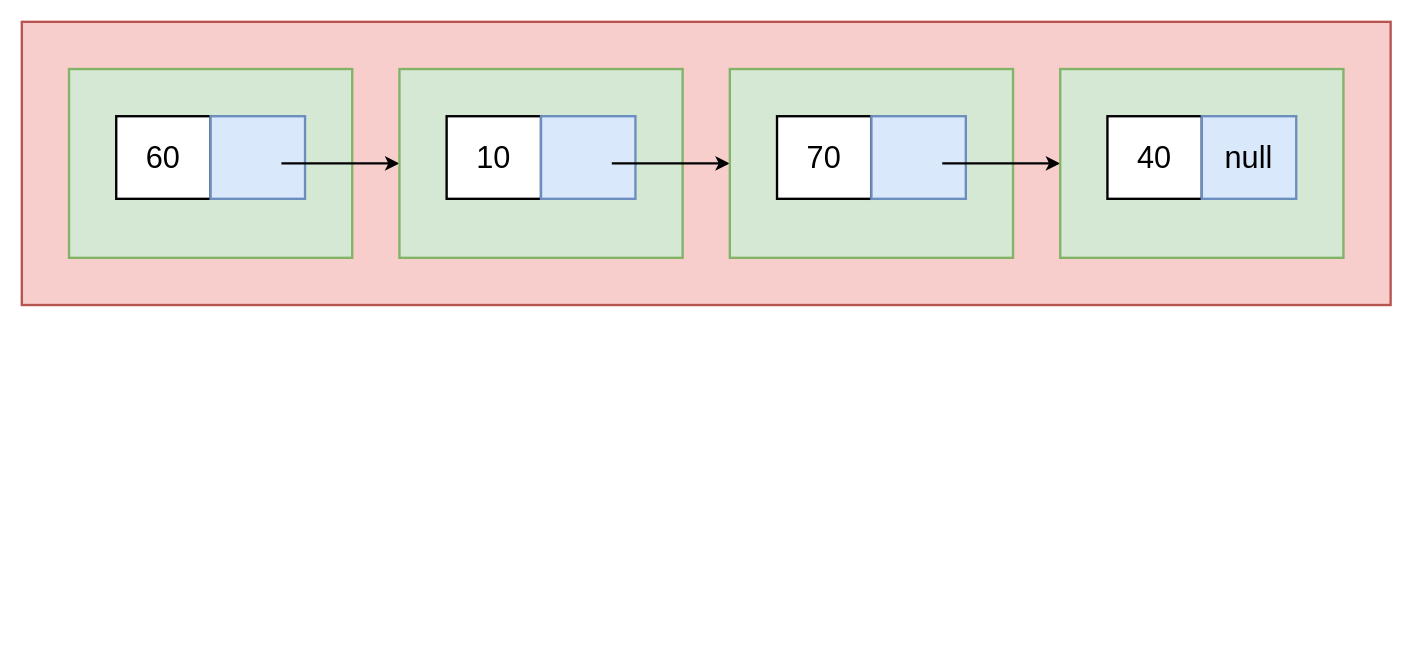
gaurav1780/drawdotio keeps this draw.io diagram as week9listDiagram.drawio. Above is the earlier version. Source tidied: cells renumbered, new cells numbered last; positions are measured from the earlier drawing's top-left corner, leaving out a move shared by most shapes. Both pictures are drawn from the tidied source at 118%, with x=0, y=0 at pixel (21, 21).
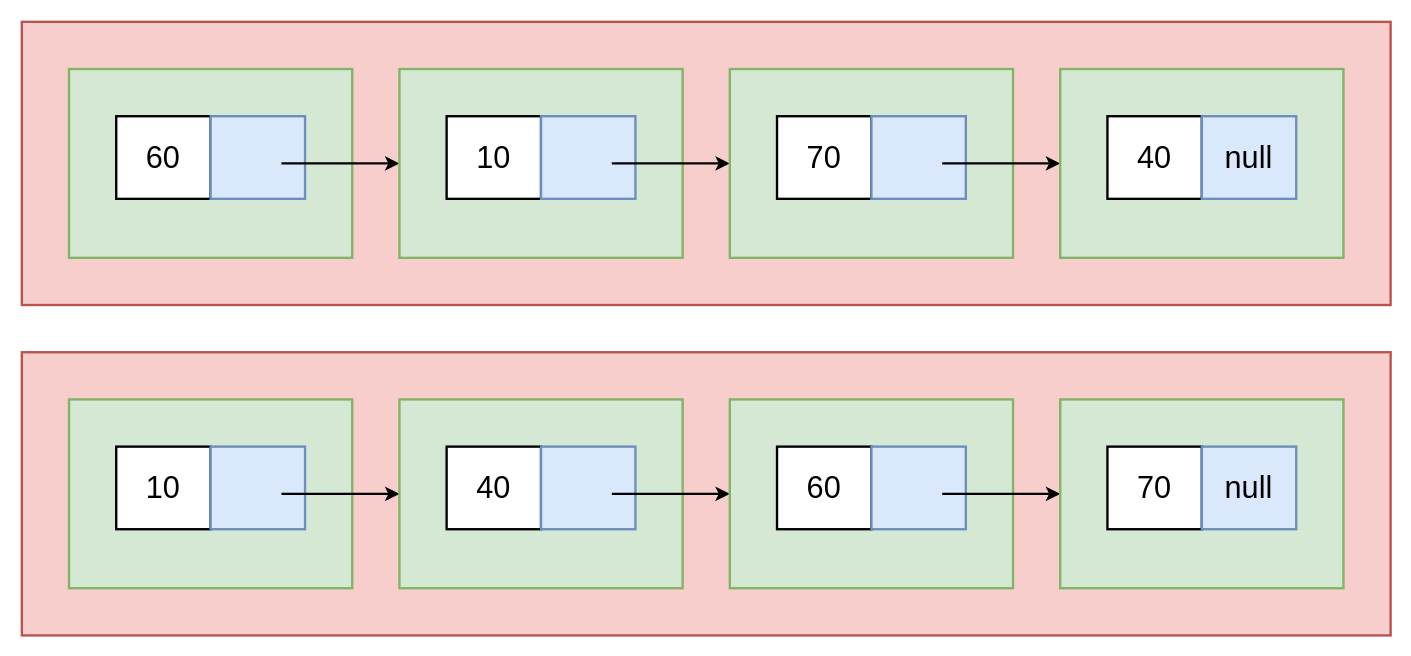
Above is the later version.

The edit, as a diff of the source:
```diff
@@
+    <mxCell id="18" style="rounded=0;whiteSpace=wrap;html=1;fillColor=#f8cecc;strokeColor=#b85450;strokeWidth=2;fontSize=26;" parent="1" vertex="1">
+      <mxGeometry y="280" width="1160" height="240" as="geometry" />
+    </mxCell>
+    <mxCell id="19" style="rounded=0;whiteSpace=wrap;html=1;fillColor=#d5e8d4;strokeColor=#82b366;strokeWidth=2;fontSize=26;" parent="1" vertex="1">
+      <mxGeometry x="40" y="320" width="240" height="160" as="geometry" />
+    </mxCell>
+    <mxCell id="20" value="10" style="rounded=0;whiteSpace=wrap;html=1;strokeWidth=2;fontSize=26;" parent="1" vertex="1">
+      <mxGeometry x="80" y="360" width="80" height="70" as="geometry" />
+    </mxCell>
+    <mxCell id="21" style="rounded=0;whiteSpace=wrap;html=1;fillColor=#dae8fc;strokeColor=#6c8ebf;strokeWidth=2;fontSize=26;" parent="1" vertex="1">
+      <mxGeometry x="160" y="360" width="80" height="70" as="geometry" />
+    </mxCell>
+    <mxCell id="22" style="endArrow=classic;html=1;rounded=0;strokeWidth=2;fontSize=26;" parent="1" edge="1">
+      <mxGeometry relative="1" as="geometry">
+        <mxPoint x="220" y="400" as="sourcePoint" />
+        <mxPoint x="320" y="400" as="targetPoint" />
+      </mxGeometry>
+    </mxCell>
+    <mxCell id="23" style="rounded=0;whiteSpace=wrap;html=1;fillColor=#d5e8d4;strokeColor=#82b366;strokeWidth=2;fontSize=26;" parent="1" vertex="1">
+      <mxGeometry x="320" y="320" width="240" height="160" as="geometry" />
+    </mxCell>
+    <mxCell id="24" value="40" style="rounded=0;whiteSpace=wrap;html=1;strokeWidth=2;fontSize=26;" parent="1" vertex="1">
+      <mxGeometry x="360" y="360" width="80" height="70" as="geometry" />
+    </mxCell>
+    <mxCell id="25" style="rounded=0;whiteSpace=wrap;html=1;fillColor=#dae8fc;strokeColor=#6c8ebf;strokeWidth=2;fontSize=26;" parent="1" vertex="1">
+      <mxGeometry x="440" y="360" width="80" height="70" as="geometry" />
+    </mxCell>
+    <mxCell id="26" style="endArrow=classic;html=1;rounded=0;strokeWidth=2;fontSize=26;" parent="1" edge="1">
+      <mxGeometry relative="1" as="geometry">
+        <mxPoint x="500" y="400" as="sourcePoint" />
+        <mxPoint x="600" y="400" as="targetPoint" />
+      </mxGeometry>
+    </mxCell>
+    <mxCell id="27" style="rounded=0;whiteSpace=wrap;html=1;fillColor=#d5e8d4;strokeColor=#82b366;strokeWidth=2;fontSize=26;" parent="1" vertex="1">
+      <mxGeometry x="600" y="320" width="240" height="160" as="geometry" />
+    </mxCell>
+    <mxCell id="28" value="60" style="rounded=0;whiteSpace=wrap;html=1;strokeWidth=2;fontSize=26;" parent="1" vertex="1">
+      <mxGeometry x="640" y="360" width="80" height="70" as="geometry" />
+    </mxCell>
+    <mxCell id="29" style="rounded=0;whiteSpace=wrap;html=1;fillColor=#dae8fc;strokeColor=#6c8ebf;strokeWidth=2;fontSize=26;" parent="1" vertex="1">
+      <mxGeometry x="720" y="360" width="80" height="70" as="geometry" />
+    </mxCell>
+    <mxCell id="30" style="endArrow=classic;html=1;rounded=0;strokeWidth=2;fontSize=26;" parent="1" edge="1">
+      <mxGeometry relative="1" as="geometry">
+        <mxPoint x="780" y="400" as="sourcePoint" />
+        <mxPoint x="880" y="400" as="targetPoint" />
+      </mxGeometry>
+    </mxCell>
+    <mxCell id="31" style="rounded=0;whiteSpace=wrap;html=1;fillColor=#d5e8d4;strokeColor=#82b366;strokeWidth=2;fontSize=26;" parent="1" vertex="1">
+      <mxGeometry x="880" y="320" width="240" height="160" as="geometry" />
+    </mxCell>
+    <mxCell id="32" value="70" style="rounded=0;whiteSpace=wrap;html=1;strokeWidth=2;fontSize=26;" parent="1" vertex="1">
+      <mxGeometry x="920" y="360" width="80" height="70" as="geometry" />
+    </mxCell>
+    <mxCell id="33" value="null" style="rounded=0;whiteSpace=wrap;html=1;fillColor=#dae8fc;strokeColor=#6c8ebf;strokeWidth=2;fontSize=26;" parent="1" vertex="1">
+      <mxGeometry x="1000" y="360" width="80" height="70" as="geometry" />
+    </mxCell>
```
